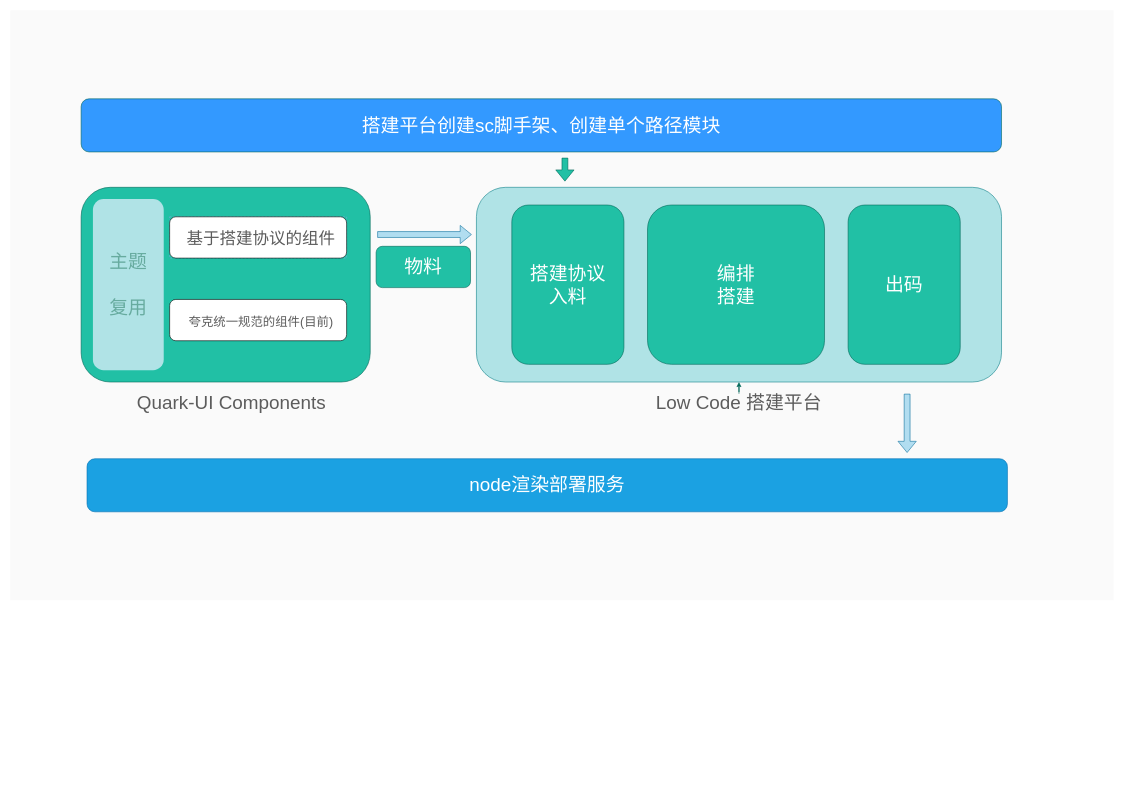
Before: lowcode.drawio in Hzy0913/hanlibrary, a draw.io diagram. Source tidied: cells renumbered, new cells numbered last; positions are measured from the earlier drawing's top-left corner, leaving out a move shared by most shapes. Both pictures are drawn from the tidied source at 59%, with x=0, y=0 at pixel (10, 10).
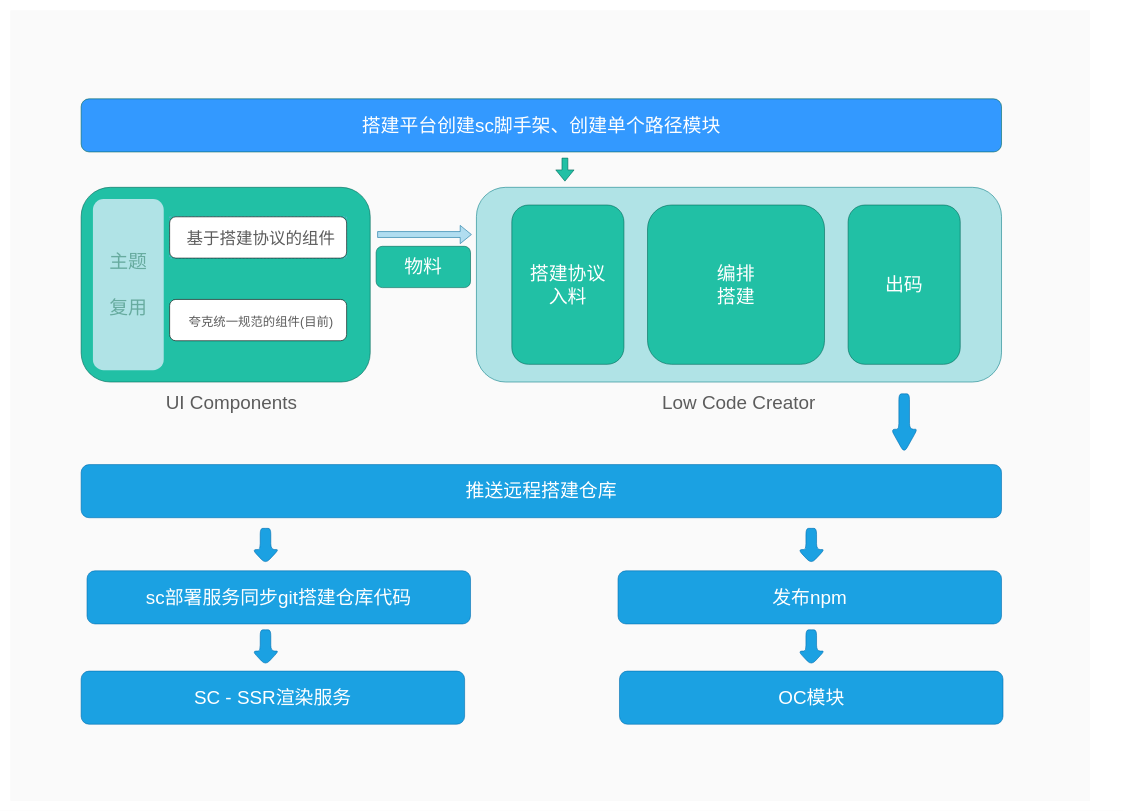
After the change.

The change refers to these unchanged cells:
```xml
<mxCell id="5" style="rounded=1;whiteSpace=wrap;html=1;fillColor=#b0e3e6;strokeColor=#0e8088;shadow=0;sketch=0;glass=0;" parent="1" vertex="1">
  <mxGeometry x="790" y="300" width="890" height="330" as="geometry" />
</mxCell>
```

Diff of the diagram source:
```diff
@@
     <mxCell id="2" style="rounded=0;whiteSpace=wrap;html=1;shadow=0;glass=0;sketch=0;fontSize=32;fillColor=#FAFAFA;strokeColor=none;" parent="1" vertex="1">
-      <mxGeometry width="1870" height="1000" as="geometry" />
+      <mxGeometry width="1830" height="1340" as="geometry" />
     </mxCell>
@@
-    <mxCell id="4" value="&lt;font style=&quot;font-size: 32px;&quot;&gt;Quark-UI Components&lt;br&gt;&lt;/font&gt;" style="text;html=1;strokeColor=none;fillColor=none;align=center;verticalAlign=middle;whiteSpace=wrap;rounded=0;sketch=0;fontColor=#5C5C5C;" parent="1" vertex="1">
+    <mxCell id="4" value="&lt;font style=&quot;font-size: 32px;&quot;&gt;UI Components&lt;br&gt;&lt;/font&gt;" style="text;html=1;strokeColor=none;fillColor=none;align=center;verticalAlign=middle;whiteSpace=wrap;rounded=0;sketch=0;fontColor=#5C5C5C;" parent="1" vertex="1">
       <mxGeometry x="200" y="650" width="350" height="30" as="geometry" />
     </mxCell>
@@
-    <mxCell id="6" style="edgeStyle=orthogonalEdgeStyle;curved=0;rounded=1;sketch=0;jettySize=auto;html=1;fontSize=32;fontColor=#5C5C5C;strokeColor=#006658;fillColor=#21C0A5;" parent="1" edge="1" source="7" target="5">
-      <mxGeometry relative="1" as="geometry" />
-    </mxCell>
-    <mxCell id="7" value="&lt;font style=&quot;font-size: 32px;&quot;&gt;Low Code 搭建平台&lt;br&gt;&lt;/font&gt;" style="text;html=1;strokeColor=none;fillColor=none;align=center;verticalAlign=middle;whiteSpace=wrap;rounded=0;sketch=0;fontColor=#5C5C5C;" parent="1" vertex="1">
+    <mxCell id="7" value="&lt;font style=&quot;font-size: 32px;&quot;&gt;Low Code Creator&lt;br&gt;&lt;/font&gt;" style="text;html=1;strokeColor=none;fillColor=none;align=center;verticalAlign=middle;whiteSpace=wrap;rounded=0;sketch=0;fontColor=#5C5C5C;" parent="1" vertex="1">
       <mxGeometry x="1060" y="650" width="350" height="30" as="geometry" />
     </mxCell>
@@
-    <mxCell id="21" style="shape=flexArrow;endArrow=classic;html=1;rounded=1;sketch=0;fontSize=32;fontColor=#5C5C5C;strokeColor=#10739e;fillColor=#b1ddf0;curved=0;" parent="1" edge="1">
-      <mxGeometry relative="1" as="geometry">
-        <mxPoint x="1520" y="650" as="sourcePoint" />
-        <mxPoint x="1520" y="750" as="targetPoint" />
-      </mxGeometry>
-    </mxCell>
@@
-    <mxCell id="23" value="node渲染部署服务" style="rounded=1;whiteSpace=wrap;html=1;shadow=0;glass=0;sketch=0;fontSize=32;fontColor=#ffffff;strokeColor=#006EAF;fillColor=#1ba1e2;" parent="1" vertex="1">
-      <mxGeometry x="130" y="760" width="1560" height="90" as="geometry" />
+    <mxCell id="23" value="SC - SSR渲染服务" style="rounded=1;whiteSpace=wrap;html=1;shadow=0;glass=0;sketch=0;fontSize=32;fontColor=#ffffff;strokeColor=#006EAF;fillColor=#1ba1e2;" parent="1" vertex="1">
+      <mxGeometry x="120" y="1120" width="650" height="90" as="geometry" />
     </mxCell>
@@
+    <mxCell id="25" value="推送远程搭建仓库" style="rounded=1;whiteSpace=wrap;html=1;shadow=0;glass=0;sketch=0;fontSize=32;fontColor=#ffffff;strokeColor=#006EAF;fillColor=#1ba1e2;" parent="1" vertex="1">
+      <mxGeometry x="120" y="770" width="1560" height="90" as="geometry" />
+    </mxCell>
+    <mxCell id="26" value="sc部署服务同步git搭建仓库代码" style="rounded=1;whiteSpace=wrap;html=1;shadow=0;glass=0;sketch=0;fontSize=32;fontColor=#ffffff;strokeColor=#006EAF;fillColor=#1ba1e2;" parent="1" vertex="1">
+      <mxGeometry x="130" y="950" width="650" height="90" as="geometry" />
+    </mxCell>
+    <mxCell id="27" style="shape=singleArrow;whiteSpace=wrap;html=1;arrowWidth=0.4;arrowSize=0.4;fontSize=32;fillColor=#1ba1e2;strokeColor=#006EAF;fontColor=#ffffff;rounded=1;shadow=0;glass=0;sketch=0;direction=south;" parent="1" vertex="1">
+      <mxGeometry x="410" y="878" width="45" height="60" as="geometry" />
+    </mxCell>
+    <mxCell id="28" style="shape=singleArrow;whiteSpace=wrap;html=1;arrowWidth=0.4;arrowSize=0.4;fontSize=32;fillColor=#1ba1e2;strokeColor=#006EAF;fontColor=#ffffff;rounded=1;shadow=0;glass=0;sketch=0;direction=south;" parent="1" vertex="1">
+      <mxGeometry x="410" y="1050" width="45" height="60" as="geometry" />
+    </mxCell>
+    <mxCell id="29" style="shape=singleArrow;whiteSpace=wrap;html=1;arrowWidth=0.4;arrowSize=0.4;fontSize=32;fillColor=#1ba1e2;strokeColor=#006EAF;fontColor=#ffffff;rounded=1;shadow=0;glass=0;sketch=0;direction=south;" parent="1" vertex="1">
+      <mxGeometry x="1492.5" y="650" width="45" height="100" as="geometry" />
+    </mxCell>
+    <mxCell id="30" value="发布npm" style="rounded=1;whiteSpace=wrap;html=1;shadow=0;glass=0;sketch=0;fontSize=32;fontColor=#ffffff;strokeColor=#006EAF;fillColor=#1ba1e2;" parent="1" vertex="1">
+      <mxGeometry x="1030" y="950" width="650" height="90" as="geometry" />
+    </mxCell>
+    <mxCell id="31" style="shape=singleArrow;whiteSpace=wrap;html=1;arrowWidth=0.4;arrowSize=0.4;fontSize=32;fillColor=#1ba1e2;strokeColor=#006EAF;fontColor=#ffffff;rounded=1;shadow=0;glass=0;sketch=0;direction=south;" parent="1" vertex="1">
+      <mxGeometry x="1335" y="878" width="45" height="60" as="geometry" />
+    </mxCell>
+    <mxCell id="32" value="OC模块" style="rounded=1;whiteSpace=wrap;html=1;shadow=0;glass=0;sketch=0;fontSize=32;fontColor=#ffffff;strokeColor=#006EAF;fillColor=#1ba1e2;" parent="1" vertex="1">
+      <mxGeometry x="1032.5" y="1120" width="650" height="90" as="geometry" />
+    </mxCell>
+    <mxCell id="33" style="shape=singleArrow;whiteSpace=wrap;html=1;arrowWidth=0.4;arrowSize=0.4;fontSize=32;fillColor=#1ba1e2;strokeColor=#006EAF;fontColor=#ffffff;rounded=1;shadow=0;glass=0;sketch=0;direction=south;" parent="1" vertex="1">
+      <mxGeometry x="1335" y="1050" width="45" height="60" as="geometry" />
+    </mxCell>
```
